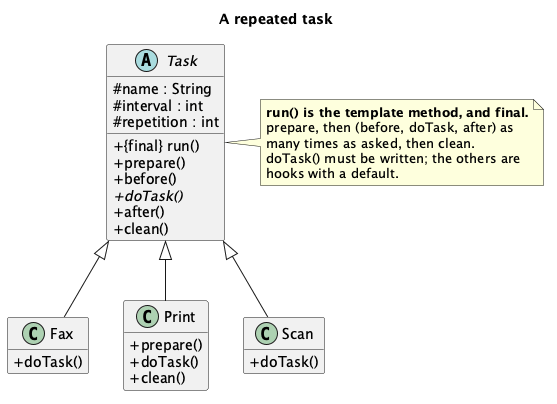
Above: src/main/java/dev/kaldiroglu/dp/behavioral/templateMethod/task/uml/Template Method - Task - Class Diagram.png in kaldiroglu/DesignPatternsWithJava (PlantUML), before the change.
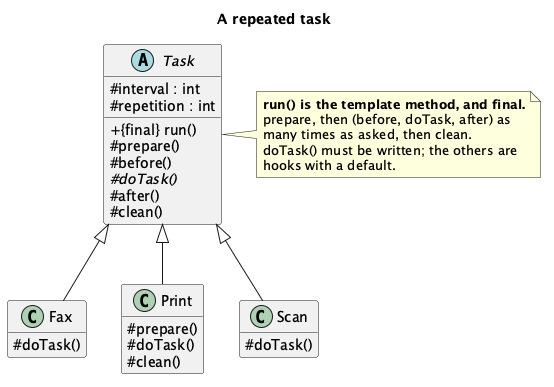
After the commit.

Change to the diagram source:
```diff
@@ -4,26 +4,25 @@
 title A repeated task
 
 abstract class Task {
-  # name : String
   # interval : int
   # repetition : int
   + {final} run()
-  + prepare()
-  + before()
-  + {abstract} doTask()
-  + after()
-  + clean()
+  # prepare()
+  # before()
+  # {abstract} doTask()
+  # after()
+  # clean()
 }
 class Fax {
-  + doTask()
+  # doTask()
 }
 class Print {
-  + prepare()
-  + doTask()
-  + clean()
+  # prepare()
+  # doTask()
+  # clean()
 }
 class Scan {
-  + doTask()
+  # doTask()
 }
 
 Task <|-- Fax
```
